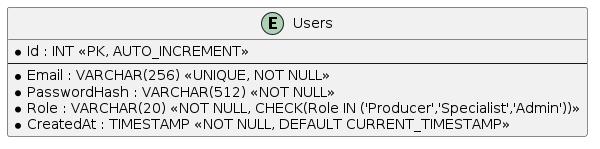
Above: report/assets/database-design-diagrams/iam-bounded-context-database-diagram.png in upc-pre-1asi0729-11848-arcadiadevs/viora-report (PlantUML), before the change. The source it was exported from:
```plantuml
@startuml
skinparam linetype ortho
skinparam roundcorner 5

entity "Users" as users {
    * Id : INT <<PK, AUTO_INCREMENT>>
    --
    * Email : VARCHAR(256) <<UNIQUE, NOT NULL>>
    * PasswordHash : VARCHAR(512) <<NOT NULL>>
    * Role : VARCHAR(20) <<NOT NULL, CHECK(Role IN ('Producer','Specialist','Admin'))>>
    * CreatedAt : TIMESTAMP <<NOT NULL, DEFAULT CURRENT_TIMESTAMP>>
}
@enduml
```
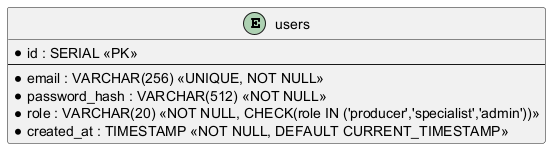
After the commit.

Change to the diagram source:
```diff
@@ -2,12 +2,13 @@
 skinparam linetype ortho
 skinparam roundcorner 5
 
-entity "Users" as users {
-    * Id : INT <<PK, AUTO_INCREMENT>>
+entity "users" as users {
+    * id : SERIAL <<PK>>
     --
-    * Email : VARCHAR(256) <<UNIQUE, NOT NULL>>
-    * PasswordHash : VARCHAR(512) <<NOT NULL>>
-    * Role : VARCHAR(20) <<NOT NULL, CHECK(Role IN ('Producer','Specialist','Admin'))>>
-    * CreatedAt : TIMESTAMP <<NOT NULL, DEFAULT CURRENT_TIMESTAMP>>
+    * email : VARCHAR(256) <<UNIQUE, NOT NULL>>
+    * password_hash : VARCHAR(512) <<NOT NULL>>
+    * role : VARCHAR(20) <<NOT NULL, CHECK(role IN ('producer','specialist','admin'))>>
+    * created_at : TIMESTAMP <<NOT NULL, DEFAULT CURRENT_TIMESTAMP>>
 }
+
 @enduml
```
